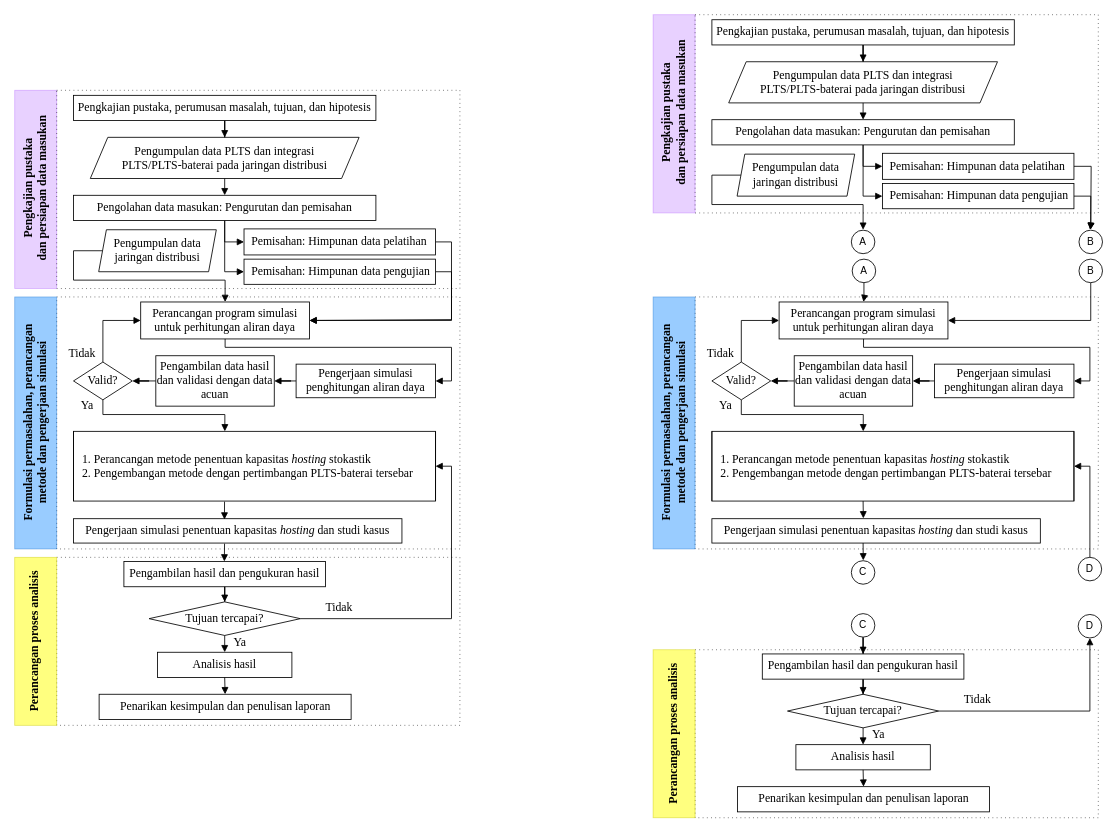
wijayayatmaja/disertasidoktordtetiugm keeps this draw.io diagram as before figure/fcpenelitian.drawio. Above is the earlier version. Source tidied: cells renumbered, new cells numbered last; positions are measured from the earlier drawing's top-left corner, leaving out a move shared by most shapes. Both pictures are drawn from the tidied source at 84%, with x=0, y=0 at pixel (-70, 14).
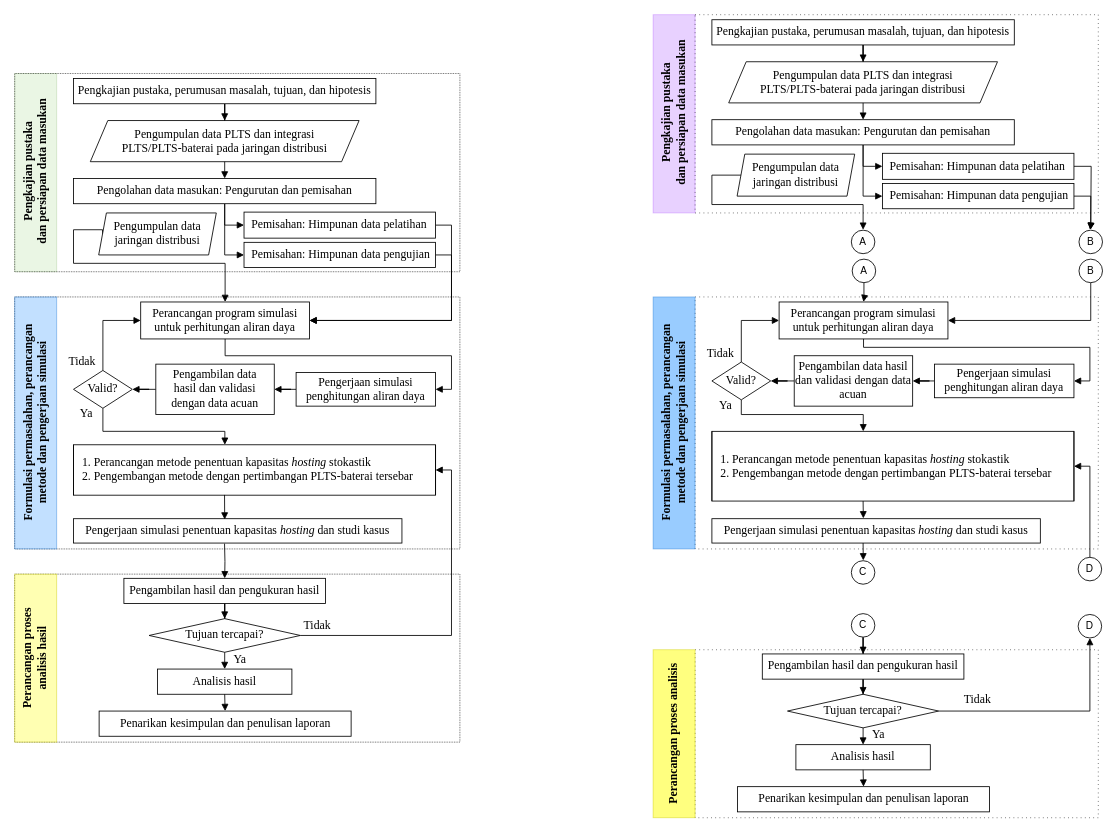
Above is the later version.

Unchanged cells that the change refers to:
```xml
<mxCell id="16" value="Perancangan program simulasi untuk perhitungan aliran daya" style="rounded=0;whiteSpace=wrap;html=1;fontFamily=Times New Roman;fontSize=14;" parent="1" vertex="1">
  <mxGeometry x="250" y="342" width="201" height="44" as="geometry" />
</mxCell>
```

The edit, as a diff of the source:
```diff
@@
-    <mxCell id="2" style="rounded=0;whiteSpace=wrap;html=1;fontFamily=Times New Roman;fontSize=14;align=left;strokeColor=#000000;fillColor=none;strokeWidth=1;glass=0;comic=0;dashed=1;dashPattern=1 4;opacity=70;" parent="1" vertex="1">
-      <mxGeometry x="150" y="336" width="480" height="300" as="geometry" />
+    <mxCell id="2" style="rounded=0;whiteSpace=wrap;html=1;fontFamily=Times New Roman;fontSize=14;align=left;strokeColor=#000000;fillColor=none;strokeWidth=1;glass=0;comic=0;dashed=1;dashPattern=1 1;opacity=70;" parent="1" vertex="1">
+      <mxGeometry x="100" y="336" width="530" height="300" as="geometry" />
     </mxCell>
-    <mxCell id="3" style="rounded=0;whiteSpace=wrap;html=1;fontFamily=Times New Roman;fontSize=14;align=left;strokeColor=#9933FF;fillColor=#B266FF;strokeWidth=1;glass=0;comic=0;opacity=30;" parent="1" vertex="1">
-      <mxGeometry x="100" y="90" width="50" height="236" as="geometry" />
+    <mxCell id="3" style="rounded=0;whiteSpace=wrap;html=1;fontFamily=Times New Roman;fontSize=14;align=left;strokeColor=#82b366;strokeWidth=1;glass=0;comic=0;opacity=30;fillColor=#B9E0A5;" parent="1" vertex="1">
+      <mxGeometry x="100" y="70" width="50" height="236" as="geometry" />
     </mxCell>
-    <mxCell id="4" style="rounded=0;whiteSpace=wrap;html=1;fontFamily=Times New Roman;fontSize=14;align=left;strokeColor=#000000;fillColor=none;strokeWidth=1;glass=0;comic=0;dashed=1;dashPattern=1 4;opacity=70;" parent="1" vertex="1">
-      <mxGeometry x="150" y="646" width="480" height="200" as="geometry" />
+    <mxCell id="4" style="rounded=0;whiteSpace=wrap;html=1;fontFamily=Times New Roman;fontSize=14;align=left;strokeColor=#000000;fillColor=none;strokeWidth=1;glass=0;comic=0;dashed=1;dashPattern=1 1;opacity=70;" parent="1" vertex="1">
+      <mxGeometry x="100" y="666" width="530" height="200" as="geometry" />
     </mxCell>
-    <mxCell id="5" style="rounded=0;whiteSpace=wrap;html=1;fontFamily=Times New Roman;fontSize=14;align=left;strokeColor=#000000;fillColor=none;strokeWidth=1;glass=0;comic=0;dashed=1;dashPattern=1 4;opacity=70;" parent="1" vertex="1">
-      <mxGeometry x="150" y="90" width="480" height="236" as="geometry" />
+    <mxCell id="5" style="rounded=0;whiteSpace=wrap;html=1;fontFamily=Times New Roman;fontSize=14;align=left;strokeColor=#000000;fillColor=none;strokeWidth=1;glass=0;comic=0;dashed=1;dashPattern=1 1;opacity=70;" parent="1" vertex="1">
+      <mxGeometry x="100" y="70" width="530" height="236" as="geometry" />
     </mxCell>
-    <mxCell id="6" style="rounded=0;whiteSpace=wrap;html=1;fontFamily=Times New Roman;fontSize=14;align=left;strokeColor=#CCCC00;fillColor=#FFFF00;strokeWidth=1;glass=0;comic=0;opacity=50;" parent="1" vertex="1">
-      <mxGeometry x="100" y="646" width="50" height="200" as="geometry" />
+    <mxCell id="6" style="rounded=0;whiteSpace=wrap;html=1;fontFamily=Times New Roman;fontSize=14;align=left;strokeColor=#CCCC00;strokeWidth=1;glass=0;comic=0;opacity=50;fillColor=#FFFF66;" parent="1" vertex="1">
+      <mxGeometry x="100" y="666" width="50" height="200" as="geometry" />
     </mxCell>
-    <mxCell id="7" style="rounded=0;whiteSpace=wrap;html=1;fontFamily=Times New Roman;fontSize=14;align=left;strokeColor=#0066CC;fillColor=#007FFF;strokeWidth=1;glass=0;comic=0;opacity=40;" parent="1" vertex="1">
+    <mxCell id="7" style="rounded=0;whiteSpace=wrap;html=1;fontFamily=Times New Roman;fontSize=14;align=left;strokeColor=#0066CC;strokeWidth=1;glass=0;comic=0;opacity=40;fillColor=#66B2FF;" parent="1" vertex="1">
       <mxGeometry x="100" y="336" width="50" height="300" as="geometry" />
     </mxCell>
     <mxCell id="8" value="Pengumpulan data PLTS dan integrasi&lt;br&gt;PLTS/PLTS-baterai pada jaringan distribusi" style="shape=parallelogram;perimeter=parallelogramPerimeter;whiteSpace=wrap;html=1;size=0.0650862068965516;fontFamily=Times New Roman;fontSize=14;" parent="1" vertex="1">
-      <mxGeometry x="190" y="146" width="320" height="49" as="geometry" />
+      <mxGeometry x="190" y="126" width="320" height="49" as="geometry" />
     </mxCell>
@@
     <mxCell id="11" value="Pengolahan data masukan: Pengurutan dan pemisahan" style="rounded=0;whiteSpace=wrap;html=1;fontFamily=Times New Roman;fontSize=14;" parent="1" vertex="1">
-      <mxGeometry x="170" y="215" width="360" height="30" as="geometry" />
+      <mxGeometry x="170" y="195" width="360" height="30" as="geometry" />
     </mxCell>
     <mxCell id="12" style="edgeStyle=orthogonalEdgeStyle;rounded=0;jettySize=auto;html=1;entryX=1;entryY=0.5;entryDx=0;entryDy=0;endArrow=block;endFill=1;exitX=1;exitY=0.5;exitDx=0;exitDy=0;" parent="1" edge="1" source="13" target="16">
       <mxGeometry relative="1" as="geometry">
         <Array as="points">
-          <mxPoint x="620" y="271" />
+          <mxPoint x="620" y="251" />
           <mxPoint x="620" y="364" />
         </Array>
       </mxGeometry>
     </mxCell>
     <mxCell id="13" value="&amp;nbsp; Pemisahan: Himpunan data pelatihan" style="rounded=0;whiteSpace=wrap;html=1;fontFamily=Times New Roman;fontSize=14;align=left;" parent="1" vertex="1">
-      <mxGeometry x="373" y="255" width="228" height="31" as="geometry" />
+      <mxGeometry x="373" y="235" width="228" height="31" as="geometry" />
     </mxCell>
     <mxCell id="14" style="edgeStyle=orthogonalEdgeStyle;rounded=0;jettySize=auto;html=1;entryX=1;entryY=0.5;entryDx=0;entryDy=0;endArrow=block;endFill=1;exitX=1;exitY=0.5;exitDx=0;exitDy=0;" parent="1" edge="1" source="15" target="16">
       <mxGeometry relative="1" as="geometry">
         <Array as="points">
-          <mxPoint x="620" y="306" />
-          <mxPoint x="620" y="363" />
+          <mxPoint x="620" y="286" />
+          <mxPoint x="620" y="364" />
         </Array>
       </mxGeometry>
     </mxCell>
     <mxCell id="15" value="&amp;nbsp; Pemisahan: Himpunan data pengujian" style="rounded=0;whiteSpace=wrap;html=1;fontFamily=Times New Roman;fontSize=14;align=left;" parent="1" vertex="1">
-      <mxGeometry x="373" y="291" width="228" height="30" as="geometry" />
+      <mxGeometry x="373" y="271" width="228" height="30" as="geometry" />
     </mxCell>
@@
     <mxCell id="19" value="Pengerjaan simulasi penghitungan aliran daya" style="rounded=0;whiteSpace=wrap;html=1;fontFamily=Times New Roman;fontSize=14;" parent="1" vertex="1">
-      <mxGeometry x="435" y="416" width="166" height="40" as="geometry" />
+      <mxGeometry x="435" y="426" width="166" height="40" as="geometry" />
     </mxCell>
@@
     <mxCell id="21" value="Pengambilan hasil dan pengukuran hasil" style="rounded=0;whiteSpace=wrap;html=1;fontFamily=Times New Roman;fontSize=14;" parent="1" vertex="1">
-      <mxGeometry x="230" y="651" width="240" height="30" as="geometry" />
+      <mxGeometry x="230" y="671" width="240" height="30" as="geometry" />
     </mxCell>
     <mxCell id="22" style="edgeStyle=orthogonalEdgeStyle;rounded=0;jettySize=auto;html=1;endArrow=block;endFill=1;fontFamily=Times New Roman;fontSize=14;entryX=1;entryY=0.5;entryDx=0;entryDy=0;exitX=1;exitY=0.5;exitDx=0;exitDy=0;" parent="1" edge="1" source="23" target="33">
       <mxGeometry relative="1" as="geometry">
         <Array as="points">
-          <mxPoint x="620" y="719" />
-          <mxPoint x="620" y="538" />
+          <mxPoint x="620" y="739" />
+          <mxPoint x="620" y="542" />
         </Array>
       </mxGeometry>
     </mxCell>
     <mxCell id="23" value="Tujuan tercapai?" style="rhombus;whiteSpace=wrap;html=1;fontFamily=Times New Roman;fontSize=14;" parent="1" vertex="1">
-      <mxGeometry x="260" y="699" width="180" height="40" as="geometry" />
+      <mxGeometry x="260" y="719" width="180" height="40" as="geometry" />
     </mxCell>
     <mxCell id="24" value="Analisis hasil" style="rounded=0;whiteSpace=wrap;html=1;fontFamily=Times New Roman;fontSize=14;" parent="1" vertex="1">
-      <mxGeometry x="270" y="759" width="160" height="30" as="geometry" />
+      <mxGeometry x="270" y="779" width="160" height="30" as="geometry" />
     </mxCell>
     <mxCell id="25" style="edgeStyle=orthogonalEdgeStyle;rounded=0;jettySize=auto;html=1;entryX=0.5;entryY=0;entryDx=0;entryDy=0;endArrow=block;endFill=1;fontFamily=Times New Roman;fontSize=14;exitX=0;exitY=0.5;exitDx=0;exitDy=0;" parent="1" edge="1" source="26" target="16">
       <mxGeometry relative="1" as="geometry">
         <Array as="points">
-          <mxPoint x="170" y="281" />
-          <mxPoint x="170" y="316" />
-          <mxPoint x="350" y="316" />
+          <mxPoint x="205" y="256" />
+          <mxPoint x="170" y="256" />
+          <mxPoint x="170" y="296" />
+          <mxPoint x="351" y="296" />
         </Array>
       </mxGeometry>
     </mxCell>
     <mxCell id="26" value="Pengumpulan data&lt;br&gt;jaringan distribusi" style="shape=parallelogram;perimeter=parallelogramPerimeter;whiteSpace=wrap;html=1;size=0.06543209876543343;fontFamily=Times New Roman;fontSize=14;" parent="1" vertex="1">
-      <mxGeometry x="200" y="256" width="140" height="50" as="geometry" />
+      <mxGeometry x="200" y="236" width="140" height="50" as="geometry" />
     </mxCell>
-    <mxCell id="27" value="Perancangan proses analisis" style="text;html=1;align=center;verticalAlign=middle;fontSize=14;fontFamily=Times New Roman;direction=west;rotation=270;fontStyle=1;" parent="1" vertex="1">
-      <mxGeometry x="34.5" y="737" width="180" height="20" as="geometry" />
+    <mxCell id="27" value="Perancangan proses&lt;br&gt;analisis hasil" style="text;html=1;align=center;verticalAlign=middle;fontSize=14;fontFamily=Times New Roman;direction=west;rotation=270;fontStyle=1;" parent="1" vertex="1">
+      <mxGeometry x="54.5" y="747" width="140" height="40" as="geometry" />
     </mxCell>
@@
     <mxCell id="29" value="Pengkajian pustaka&lt;br&gt;dan persiapan data masukan" style="text;html=1;align=center;verticalAlign=middle;fontSize=14;fontFamily=Times New Roman;direction=west;rotation=270;fontStyle=1;" parent="1" vertex="1">
-      <mxGeometry x="29.5" y="187.5" width="190" height="40" as="geometry" />
+      <mxGeometry x="29.5" y="167.5" width="190" height="40" as="geometry" />
     </mxCell>
     <mxCell id="30" value="Penarikan kesimpulan dan penulisan laporan" style="rounded=0;whiteSpace=wrap;html=1;fontFamily=Times New Roman;fontSize=14;" parent="1" vertex="1">
-      <mxGeometry x="200.5" y="809" width="300" height="30" as="geometry" />
+      <mxGeometry x="200.5" y="829" width="300" height="30" as="geometry" />
     </mxCell>
@@
     <mxCell id="32" value="Pengkajian pustaka, perumusan masalah, tujuan, dan hipotesis" style="rounded=0;whiteSpace=wrap;html=1;fontFamily=Times New Roman;fontSize=14;" parent="1" vertex="1">
-      <mxGeometry x="170" y="96" width="360" height="30" as="geometry" />
+      <mxGeometry x="170" y="76" width="360" height="30" as="geometry" />
     </mxCell>
     <mxCell id="33" value="&lt;font face=&quot;Times New Roman&quot; style=&quot;font-size: 14px&quot;&gt;&amp;nbsp;1. Perancangan metode penentuan kapasitas &lt;i&gt;hosting &lt;/i&gt;stokastik&lt;/font&gt;&lt;br style=&quot;font-size: 14px&quot;&gt;&amp;nbsp;2.&lt;span style=&quot;font-family: &amp;#34;times new roman&amp;#34; ; font-size: 14px&quot;&gt;&amp;nbsp;&lt;/span&gt;&lt;font face=&quot;times new roman&quot;&gt;Pengembangan metode dengan pertimbangan PLTS-baterai tersebar&lt;/font&gt;" style="shape=process;whiteSpace=wrap;html=1;backgroundOutline=1;fontFamily=Times New Roman;fontSize=14;align=left;size=0;spacing=7;" parent="1" vertex="1">
-      <mxGeometry x="170" y="496" width="431" height="83" as="geometry" />
+      <mxGeometry x="170" y="512" width="431" height="60" as="geometry" />
     </mxCell>
     <mxCell id="34" value="Tidak" style="text;html=1;align=center;verticalAlign=middle;fontSize=14;fontFamily=Times New Roman;" parent="1" vertex="1">
-      <mxGeometry x="461" y="695.5" width="50" height="20" as="geometry" />
+      <mxGeometry x="435" y="717.5" width="50" height="20" as="geometry" />
     </mxCell>
     <mxCell id="35" value="Ya" style="text;html=1;align=center;verticalAlign=middle;fontSize=14;fontFamily=Times New Roman;" parent="1" vertex="1">
-      <mxGeometry x="352.5" y="738" width="30" height="20" as="geometry" />
+      <mxGeometry x="352.5" y="758" width="30" height="20" as="geometry" />
     </mxCell>
@@
     <mxCell id="37" style="edgeStyle=orthogonalEdgeStyle;rounded=0;jettySize=auto;html=1;endArrow=block;endFill=1;fontFamily=Times New Roman;fontSize=14;exitX=0.5;exitY=1;exitDx=0;exitDy=0;entryX=1;entryY=0.5;entryDx=0;entryDy=0;" parent="1" edge="1" source="16" target="19">
       <mxGeometry relative="1" as="geometry">
         <Array as="points">
-          <mxPoint x="350" y="396" />
-          <mxPoint x="620" y="396" />
-          <mxPoint x="620" y="436" />
+          <mxPoint x="350" y="406" />
+          <mxPoint x="620" y="406" />
+          <mxPoint x="620" y="446" />
         </Array>
       </mxGeometry>
     </mxCell>
@@
-    <mxCell id="40" style="edgeStyle=orthogonalEdgeStyle;rounded=0;orthogonalLoop=1;jettySize=auto;html=1;endArrow=block;endFill=1;fontFamily=Times New Roman;fontSize=14;exitX=0.5;exitY=1;exitDx=0;exitDy=0;entryX=0.5;entryY=0;entryDx=0;entryDy=0;" parent="1" edge="1">
+    <mxCell id="40" style="edgeStyle=orthogonalEdgeStyle;rounded=0;orthogonalLoop=1;jettySize=auto;html=1;endArrow=block;endFill=1;fontFamily=Times New Roman;fontSize=14;exitX=0.5;exitY=1;exitDx=0;exitDy=0;" parent="1" edge="1">
       <mxGeometry relative="1" as="geometry">
-        <mxPoint x="349.8" y="579.7" as="sourcePoint" />
-        <mxPoint x="349.7" y="601" as="targetPoint" />
+        <mxPoint x="349.8" y="571.7" as="sourcePoint" />
+        <mxPoint x="350" y="601" as="targetPoint" />
       </mxGeometry>
     </mxCell>
     <mxCell id="41" style="edgeStyle=orthogonalEdgeStyle;rounded=0;jettySize=auto;html=1;entryX=0.418;entryY=0;entryDx=0;entryDy=0;entryPerimeter=0;endArrow=block;endFill=1;" parent="1" edge="1" source="43" target="33">
       <mxGeometry relative="1" as="geometry">
         <Array as="points">
-          <mxPoint x="205" y="476" />
-          <mxPoint x="350" y="476" />
+          <mxPoint x="205" y="496" />
+          <mxPoint x="350" y="496" />
         </Array>
       </mxGeometry>
     </mxCell>
@@
     <mxCell id="43" value="Valid?" style="rhombus;whiteSpace=wrap;html=1;fontFamily=Times New Roman;fontSize=14;" parent="1" vertex="1">
-      <mxGeometry x="170" y="413.5" width="70" height="45" as="geometry" />
+      <mxGeometry x="170" y="423.5" width="70" height="45" as="geometry" />
     </mxCell>
-    <mxCell id="44" style="edgeStyle=orthogonalEdgeStyle;rounded=0;orthogonalLoop=1;jettySize=auto;html=1;endArrow=block;endFill=1;fontFamily=Times New Roman;fontSize=14;exitX=0.5;exitY=1;exitDx=0;exitDy=0;entryX=0.5;entryY=0;entryDx=0;entryDy=0;" parent="1" edge="1">
+    <mxCell id="44" style="edgeStyle=orthogonalEdgeStyle;rounded=0;jettySize=auto;html=1;endArrow=block;endFill=1;fontFamily=Times New Roman;fontSize=14;exitX=0.5;exitY=1;exitDx=0;exitDy=0;entryX=0.5;entryY=0;entryDx=0;entryDy=0;" parent="1" edge="1" target="21">
       <mxGeometry relative="1" as="geometry">
         <mxPoint x="349.8" y="629.7" as="sourcePoint" />
-        <mxPoint x="349.6" y="650.9" as="targetPoint" />
       </mxGeometry>
     </mxCell>
@@
-    <mxCell id="46" value="Pengambilan data hasil dan validasi dengan data acuan" style="rounded=0;whiteSpace=wrap;html=1;fontFamily=Times New Roman;fontSize=14;" parent="1" vertex="1">
-      <mxGeometry x="268" y="406" width="141" height="60" as="geometry" />
+    <mxCell id="46" value="Pengambilan data&lt;br&gt;hasil dan validasi dengan data acuan" style="rounded=0;whiteSpace=wrap;html=1;fontFamily=Times New Roman;fontSize=14;" parent="1" vertex="1">
+      <mxGeometry x="268" y="416" width="141" height="60" as="geometry" />
     </mxCell>
     <mxCell id="47" value="Tidak" style="text;html=1;align=center;verticalAlign=middle;fontSize=14;fontFamily=Times New Roman;" parent="1" vertex="1">
-      <mxGeometry x="155" y="393.5" width="50" height="20" as="geometry" />
+      <mxGeometry x="155" y="403.5" width="50" height="20" as="geometry" />
     </mxCell>
     <mxCell id="48" value="Ya" style="text;html=1;align=center;verticalAlign=middle;fontSize=14;fontFamily=Times New Roman;" parent="1" vertex="1">
-      <mxGeometry x="170.5" y="456" width="30" height="20" as="geometry" />
+      <mxGeometry x="170" y="466" width="30" height="20" as="geometry" />
     </mxCell>
```
